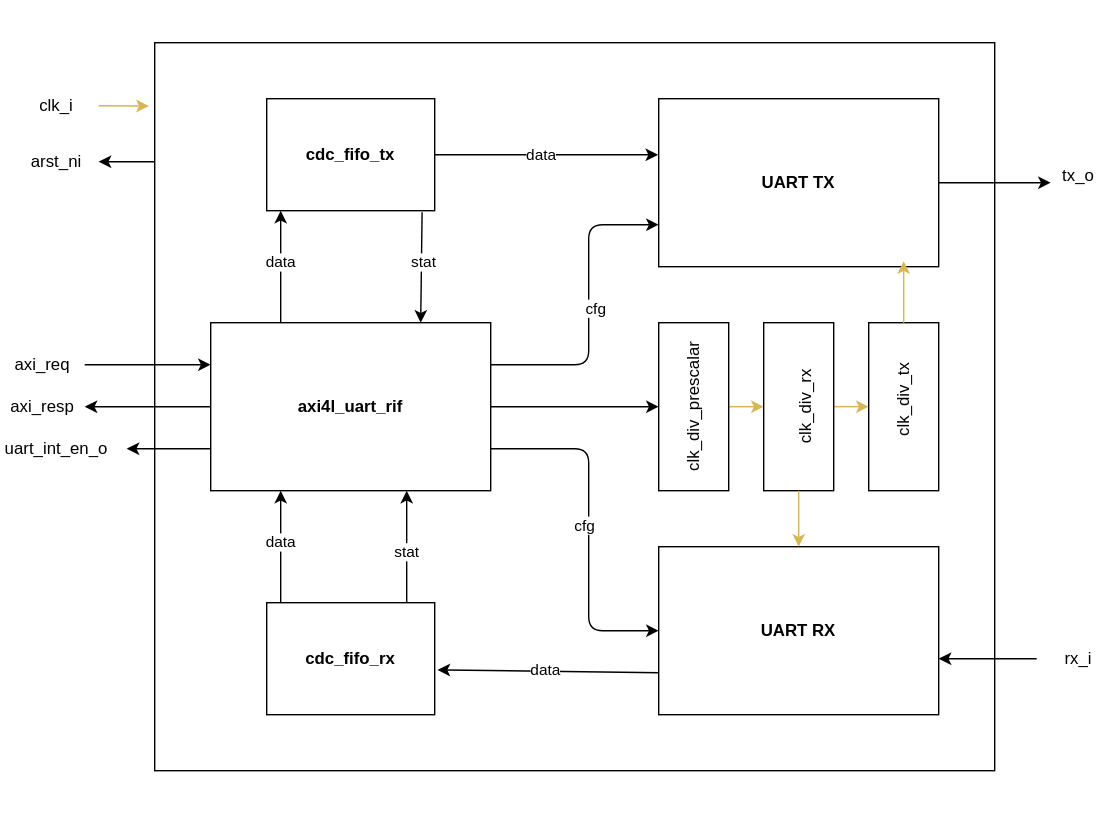
ADN-VLSI/SC-SoC keeps this draw.io diagram as document/uart_subsystem_topview.svg. Above is the earlier version. Source tidied: cells renumbered, new cells last; positions are measured from the earlier drawing's top-left corner, leaving out a move shared by most shapes.
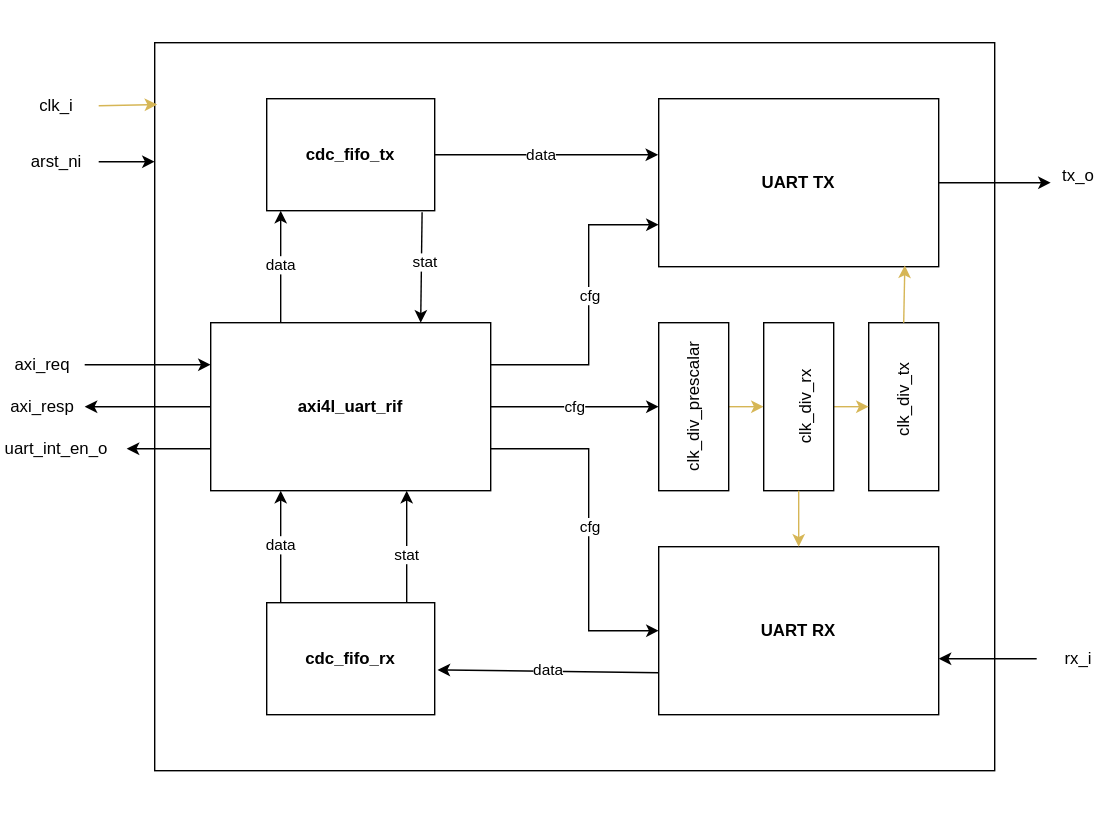
The same diagram one commit later.

Commit message:
Update UART subsystem top view SVG: Adjust text positions and refine paths for improved layout

Diff of the diagram source:
```diff
@@ -64,7 +64,7 @@
     <mxCell id="19" value="stat" style="edgeLabel;html=1;align=center;verticalAlign=middle;" parent="18" vertex="1">
       <mxGeometry x="-0.1" y="1" relative="1" as="geometry" />
     </mxCell>
-    <mxCell id="20" style="endArrow=classic;html=1;exitX=1;exitY=0.25;exitDx=0;exitDy=0;entryX=0;entryY=0.75;entryDx=0;entryDy=0;" parent="1" edge="1" source="5" target="7">
+    <mxCell id="20" style="endArrow=classic;html=1;exitX=1;exitY=0.25;exitDx=0;exitDy=0;entryX=0;entryY=0.75;entryDx=0;entryDy=0;rounded=0;curved=0;" parent="1" edge="1" source="5" target="7">
       <mxGeometry relative="1" as="geometry">
         <Array as="points">
           <mxPoint x="420" y="260" />
@@ -73,9 +73,11 @@
       </mxGeometry>
     </mxCell>
     <mxCell id="21" value="cfg" style="edgeLabel;html=1;align=center;verticalAlign=middle;" parent="20" vertex="1">
-      <mxGeometry y="-4" relative="1" as="geometry" />
+      <mxGeometry y="-4" relative="1" as="geometry">
+        <mxPoint x="-4" y="-10" as="offset" />
+      </mxGeometry>
     </mxCell>
-    <mxCell id="22" style="endArrow=classic;html=1;exitX=1;exitY=0.75;exitDx=0;exitDy=0;entryX=0;entryY=0.75;entryDx=0;entryDy=0;" parent="1" edge="1" source="5">
+    <mxCell id="22" style="endArrow=classic;html=1;exitX=1;exitY=0.75;exitDx=0;exitDy=0;entryX=0;entryY=0.75;entryDx=0;entryDy=0;rounded=0;curved=0;" parent="1" edge="1" source="5">
       <mxGeometry relative="1" as="geometry">
         <mxPoint x="470" y="450" as="targetPoint" />
         <Array as="points">
@@ -85,18 +87,20 @@
       </mxGeometry>
     </mxCell>
     <mxCell id="23" value="cfg" style="edgeLabel;html=1;align=center;verticalAlign=middle;" parent="22" vertex="1">
-      <mxGeometry y="-4" relative="1" as="geometry" />
+      <mxGeometry y="-4" relative="1" as="geometry">
+        <mxPoint x="4" as="offset" />
+      </mxGeometry>
     </mxCell>
     <mxCell id="24" style="endArrow=classic;html=1;exitX=0;exitY=0.75;exitDx=0;exitDy=0;entryX=0.6;entryY=-0.017;entryDx=0;entryDy=0;entryPerimeter=0;" parent="1" edge="1" source="9" target="8">
       <mxGeometry relative="1" as="geometry" />
     </mxCell>
-    <mxCell id="25" value="data" style="edgeLabel;html=1;align=center;verticalAlign=middle;" parent="24" vertex="1">
+    <mxCell id="25" value="&amp;nbsp;data&amp;nbsp;" style="edgeLabel;html=1;align=center;verticalAlign=middle;" parent="24" vertex="1">
       <mxGeometry x="0.03" y="-2" relative="1" as="geometry" />
     </mxCell>
     <mxCell id="26" style="endArrow=classic;html=1;exitX=0.5;exitY=0;exitDx=0;exitDy=0;entryX=-0.002;entryY=0.334;entryDx=0;entryDy=0;entryPerimeter=0;" parent="1" edge="1" source="6" target="7">
       <mxGeometry relative="1" as="geometry" />
     </mxCell>
-    <mxCell id="27" value="data" style="edgeLabel;html=1;align=center;verticalAlign=middle;" parent="26" vertex="1">
+    <mxCell id="27" value="&amp;nbsp;data&amp;nbsp;" style="edgeLabel;html=1;align=center;verticalAlign=middle;" parent="26" vertex="1">
       <mxGeometry x="-0.06" y="1" relative="1" as="geometry" />
     </mxCell>
     <mxCell id="28" style="rounded=0;whiteSpace=wrap;html=1;" parent="1" vertex="1">
@@ -142,13 +146,13 @@
     <mxCell id="40" value="clk_div_tx" style="text;html=1;align=center;verticalAlign=middle;whiteSpace=wrap;rounded=0;rotation=270;" parent="1" vertex="1">
       <mxGeometry x="615" y="270" width="60" height="30" as="geometry" />
     </mxCell>
-    <mxCell id="41" style="endArrow=classic;html=1;exitX=0.5;exitY=0;exitDx=0;exitDy=0;entryX=0.875;entryY=0.967;entryDx=0;entryDy=0;entryPerimeter=0;fillColor=#fff2cc;strokeColor=#d6b656;" parent="1" edge="1" source="28" target="7">
+    <mxCell id="41" style="endArrow=classic;html=1;exitX=0.5;exitY=0;exitDx=0;exitDy=0;entryX=0.879;entryY=0.993;entryDx=0;entryDy=0;entryPerimeter=0;fillColor=#fff2cc;strokeColor=#d6b656;" parent="1" edge="1" source="28" target="7">
       <mxGeometry relative="1" as="geometry" />
     </mxCell>
     <mxCell id="42" style="edgeStyle=none;html=1;entryX=0.167;entryY=0.667;entryDx=0;entryDy=0;entryPerimeter=0;" parent="1" edge="1" source="7" target="35">
       <mxGeometry relative="1" as="geometry" />
     </mxCell>
-    <mxCell id="43" style="endArrow=classic;html=1;exitX=1;exitY=0.5;exitDx=0;exitDy=0;entryX=0;entryY=0.5;entryDx=0;entryDy=0;" parent="1" edge="1" source="5" target="11">
+    <mxCell id="43" value="&amp;nbsp;cfg&amp;nbsp;" style="endArrow=classic;html=1;exitX=1;exitY=0.5;exitDx=0;exitDy=0;entryX=0;entryY=0.5;entryDx=0;entryDy=0;" parent="1" edge="1" source="5" target="11">
       <mxGeometry relative="1" as="geometry" />
     </mxCell>
     <mxCell id="44" value="clk_i" style="text;html=1;align=center;verticalAlign=middle;whiteSpace=wrap;rounded=0;" parent="1" vertex="1">
@@ -165,12 +169,12 @@
         <mxPoint x="90" y="320" as="targetPoint" />
       </mxGeometry>
     </mxCell>
-    <mxCell id="48" style="endArrow=classic;html=1;exitX=1;exitY=0.5;exitDx=0;exitDy=0;entryX=-0.007;entryY=0.087;entryDx=0;entryDy=0;entryPerimeter=0;fillColor=#fff2cc;strokeColor=#d6b656;" parent="1" edge="1" source="44" target="3">
+    <mxCell id="48" style="endArrow=classic;html=1;exitX=1;exitY=0.5;exitDx=0;exitDy=0;entryX=0.003;entryY=0.085;entryDx=0;entryDy=0;entryPerimeter=0;fillColor=#fff2cc;strokeColor=#d6b656;" parent="1" edge="1" source="44" target="3">
       <mxGeometry relative="1" as="geometry" />
     </mxCell>
-    <mxCell id="49" style="endArrow=classic;html=1;entryX=1;entryY=0.5;entryDx=0;entryDy=0;" parent="1" edge="1" target="45">
+    <mxCell id="49" style="endArrow=classic;html=1;entryX=1;entryY=0.5;entryDx=0;entryDy=0;exitX=1;exitY=0.5;exitDx=0;exitDy=0;" parent="1" edge="1" source="45">
       <mxGeometry relative="1" as="geometry">
-        <mxPoint x="110" y="115" as="sourcePoint" />
+        <mxPoint x="110" y="115" as="targetPoint" />
       </mxGeometry>
     </mxCell>
   </root>
```
